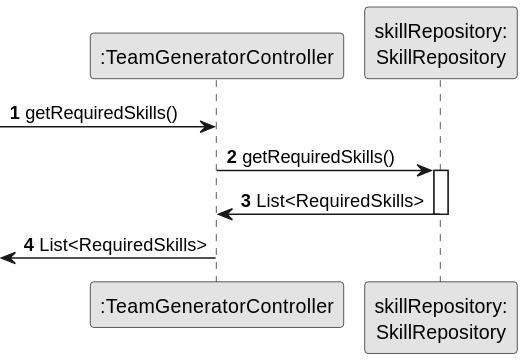
Above: docs/sprint2/us005/03.design/svg/us005-sequence-diagram-partial-get-required-skills.svg in tiagosoa/lei-24-s2-1dgh-g073 (PlantUML), before the change. The source it was exported from:
```plantuml
@startuml
skinparam monochrome true
skinparam packageStyle rectangle
skinparam shadowing false

autonumber

participant ":TeamGeneratorController" as CTRL
participant "skillRepository:\nSkillRepository" as SR





    -> CTRL : getRequiredSkills()

    CTRL -> SR: getRequiredSkills()
    activate SR

    SR -> CTRL : List<RequiredSkills>
    deactivate SR

    <- CTRL : List<RequiredSkills>
    deactivate CTRL
@enduml
```
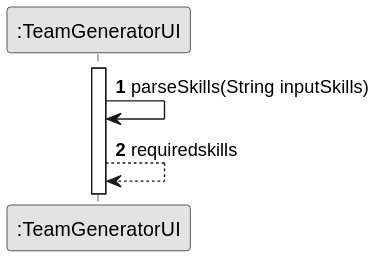
Above is the later version.

Change to the diagram source:
```diff
@@ -5,21 +5,10 @@
 
 autonumber
 
-participant ":TeamGeneratorController" as CTRL
-participant "skillRepository:\nSkillRepository" as SR
+participant ":TeamGeneratorUI" as UI
 
 
-
-
-
-    -> CTRL : getRequiredSkills()
-
-    CTRL -> SR: getRequiredSkills()
-    activate SR
-
-    SR -> CTRL : List<RequiredSkills>
-    deactivate SR
-
-    <- CTRL : List<RequiredSkills>
-    deactivate CTRL
+activate UI
+UI -> UI : parseSkills(String inputSkills)
+    UI --> UI : requiredskills
 @enduml
```
